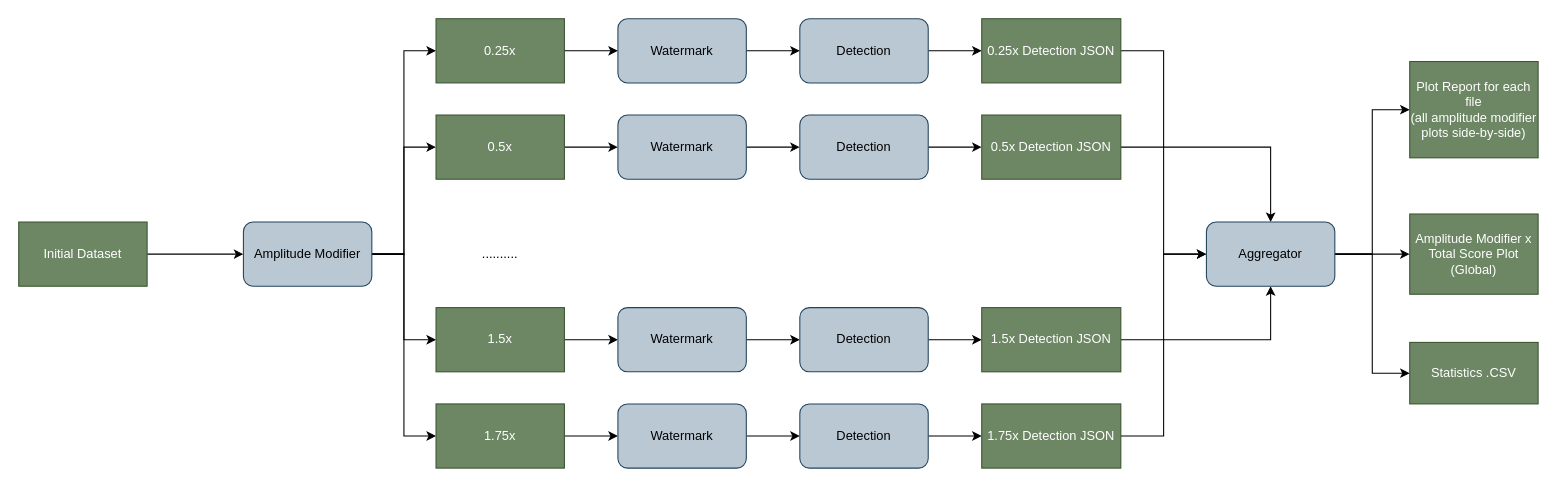
The draw.io diagram page "Iteration_4" (1 of 2) of docs/diagrams.drawio in BratuAndreiEugen/lss, before the edit. Source tidied: cells renumbered, new cells numbered last; positions are measured from the earlier drawing's top-left corner, leaving out a move shared by most shapes. Both pictures are drawn from the tidied source at 107%, with x=0, y=0 at pixel (18, 18).
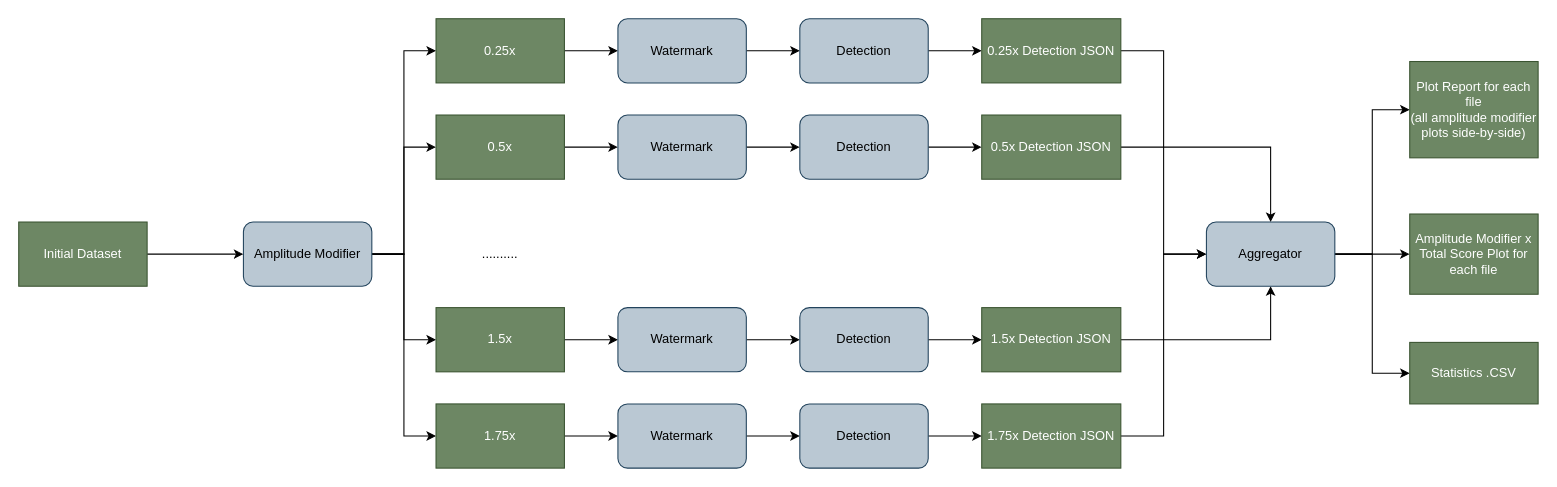
The same page after the edit.

The edit, as a diff of the source:
```diff
@@
-    <mxCell id="47" value="Amplitude Modifier x Total Score Plot (Global)" style="rounded=0;whiteSpace=wrap;html=1;fillColor=#6d8764;strokeColor=#3A5431;fontColor=#ffffff;" parent="1" vertex="1">
+    <mxCell id="47" value="Amplitude Modifier x Total Score Plot for each file" style="rounded=0;whiteSpace=wrap;html=1;fillColor=#6d8764;strokeColor=#3A5431;fontColor=#ffffff;" parent="1" vertex="1">
       <mxGeometry x="1300" y="182.5" width="120" height="75" as="geometry" />
     </mxCell>
```
